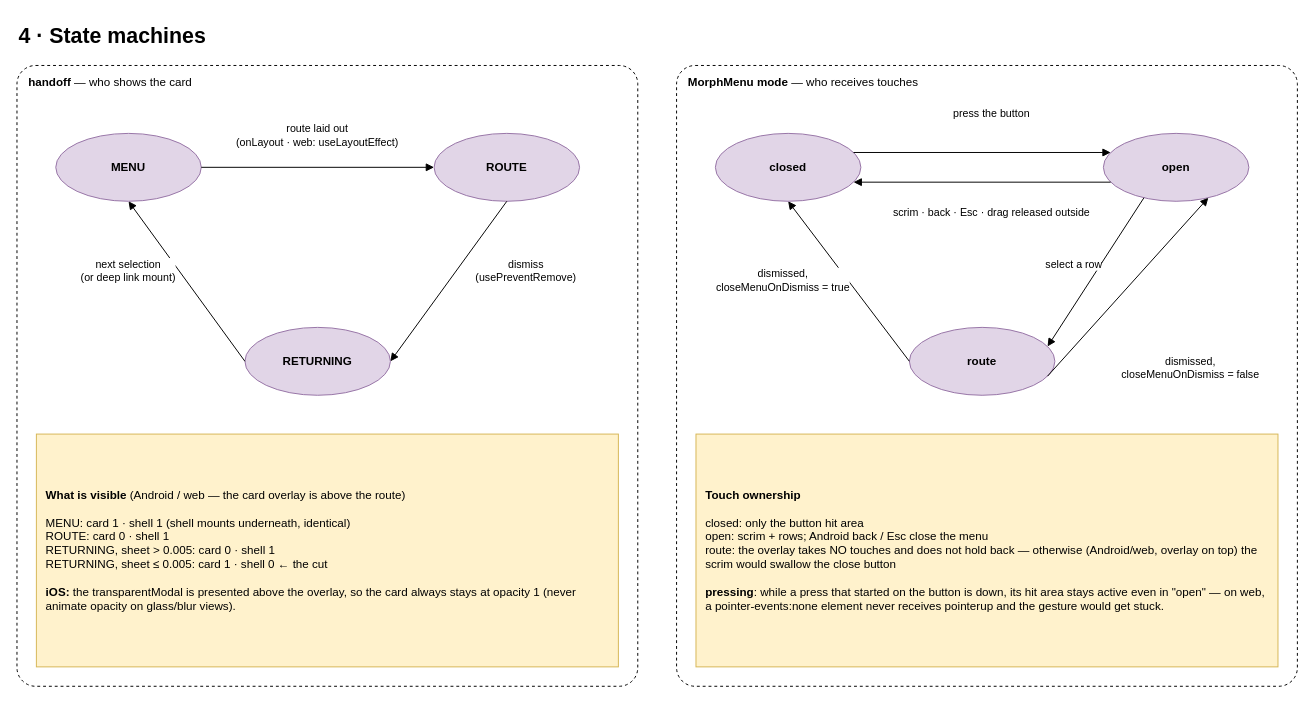
Earlier version of the draw.io diagram page "4 · State machines" (4 of 7) of docs/diagrams/expo-morph-menu.en.drawio (anhtuank7c/expo-morph-menu). Source tidied: cells renumbered, new cells numbered last; positions are measured from the earlier drawing's top-left corner, leaving out a move shared by most shapes. Both pictures are drawn from the tidied source at 97%, with x=0, y=0 at pixel (16, 16).
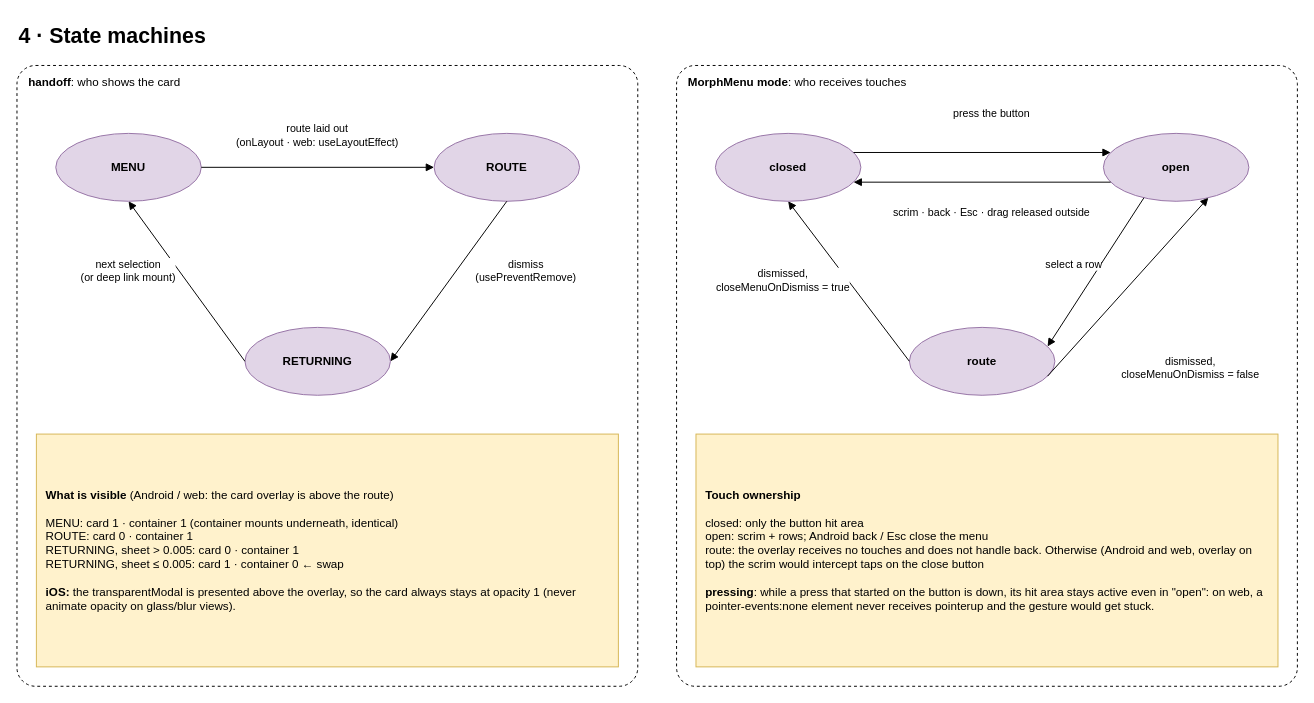
The same page after the edit.

The edit, as a diff of the source:
```diff
@@
-    <mxCell id="3" value="&lt;b&gt;handoff&lt;/b&gt; — who shows the card" style="rounded=1;whiteSpace=wrap;html=1;fillColor=none;dashed=1;verticalAlign=top;align=left;spacingLeft=10;spacingTop=4;arcSize=3;" parent="1" vertex="1">
+    <mxCell id="3" value="&lt;b&gt;handoff&lt;/b&gt;: who shows the card" style="rounded=1;whiteSpace=wrap;html=1;fillColor=none;dashed=1;verticalAlign=top;align=left;spacingLeft=10;spacingTop=4;arcSize=3;" parent="1" vertex="1">
       <mxGeometry y="50" width="640" height="640" as="geometry" />
     </mxCell>
@@
-    <mxCell id="13" value="&lt;b&gt;What is visible&lt;/b&gt; (Android / web — the card overlay is above the route)&lt;br&gt;&lt;br&gt;MENU: card 1 · shell 1 (shell mounts underneath, identical)&lt;br&gt;ROUTE: card 0 · shell 1&lt;br&gt;RETURNING, sheet &amp;gt; 0.005: card 0 · shell 1&lt;br&gt;RETURNING, sheet ≤ 0.005: card 1 · shell 0 ← the cut&lt;br&gt;&lt;br&gt;&lt;b&gt;iOS:&lt;/b&gt; the transparentModal is presented above the overlay, so the card always stays at opacity 1 (never animate opacity on glass/blur views)." style="rounded=0;whiteSpace=wrap;html=1;fillColor=#fff2cc;strokeColor=#d6b656;align=left;spacingLeft=8;spacingRight=8;" parent="1" vertex="1">
+    <mxCell id="13" value="&lt;b&gt;What is visible&lt;/b&gt; (Android / web: the card overlay is above the route)&lt;br&gt;&lt;br&gt;MENU: card 1 · container 1 (container mounts underneath, identical)&lt;br&gt;ROUTE: card 0 · container 1&lt;br&gt;RETURNING, sheet &amp;gt; 0.005: card 0 · container 1&lt;br&gt;RETURNING, sheet ≤ 0.005: card 1 · container 0 ← swap&lt;br&gt;&lt;br&gt;&lt;b&gt;iOS:&lt;/b&gt; the transparentModal is presented above the overlay, so the card always stays at opacity 1 (never animate opacity on glass/blur views)." style="rounded=0;whiteSpace=wrap;html=1;fillColor=#fff2cc;strokeColor=#d6b656;align=left;spacingLeft=8;spacingRight=8;" parent="1" vertex="1">
       <mxGeometry x="20" y="430" width="600" height="240" as="geometry" />
     </mxCell>
-    <mxCell id="14" value="&lt;b&gt;MorphMenu mode&lt;/b&gt; — who receives touches" style="rounded=1;whiteSpace=wrap;html=1;fillColor=none;dashed=1;verticalAlign=top;align=left;spacingLeft=10;spacingTop=4;arcSize=3;" parent="1" vertex="1">
+    <mxCell id="14" value="&lt;b&gt;MorphMenu mode&lt;/b&gt;: who receives touches" style="rounded=1;whiteSpace=wrap;html=1;fillColor=none;dashed=1;verticalAlign=top;align=left;spacingLeft=10;spacingTop=4;arcSize=3;" parent="1" vertex="1">
       <mxGeometry x="680" y="50" width="640" height="640" as="geometry" />
     </mxCell>
@@
-    <mxCell id="28" value="&lt;b&gt;Touch ownership&lt;/b&gt;&lt;br&gt;&lt;br&gt;closed: only the button hit area&lt;br&gt;open: scrim + rows; Android back / Esc close the menu&lt;br&gt;route: the overlay takes NO touches and does not hold back — otherwise (Android/web, overlay on top) the scrim would swallow the close button&lt;br&gt;&lt;br&gt;&lt;b&gt;pressing&lt;/b&gt;: while a press that started on the button is down, its hit area stays active even in &quot;open&quot; — on web, a pointer-events:none element never receives pointerup and the gesture would get stuck." style="rounded=0;whiteSpace=wrap;html=1;fillColor=#fff2cc;strokeColor=#d6b656;align=left;spacingLeft=8;spacingRight=8;" parent="1" vertex="1">
+    <mxCell id="28" value="&lt;b&gt;Touch ownership&lt;/b&gt;&lt;br&gt;&lt;br&gt;closed: only the button hit area&lt;br&gt;open: scrim + rows; Android back / Esc close the menu&lt;br&gt;route: the overlay receives no touches and does not handle back. Otherwise (Android and web, overlay on top) the scrim would intercept taps on the close button&lt;br&gt;&lt;br&gt;&lt;b&gt;pressing&lt;/b&gt;: while a press that started on the button is down, its hit area stays active even in &quot;open&quot;: on web, a pointer-events:none element never receives pointerup and the gesture would get stuck." style="rounded=0;whiteSpace=wrap;html=1;fillColor=#fff2cc;strokeColor=#d6b656;align=left;spacingLeft=8;spacingRight=8;" parent="1" vertex="1">
       <mxGeometry x="700" y="430" width="600" height="240" as="geometry" />
     </mxCell>
```
